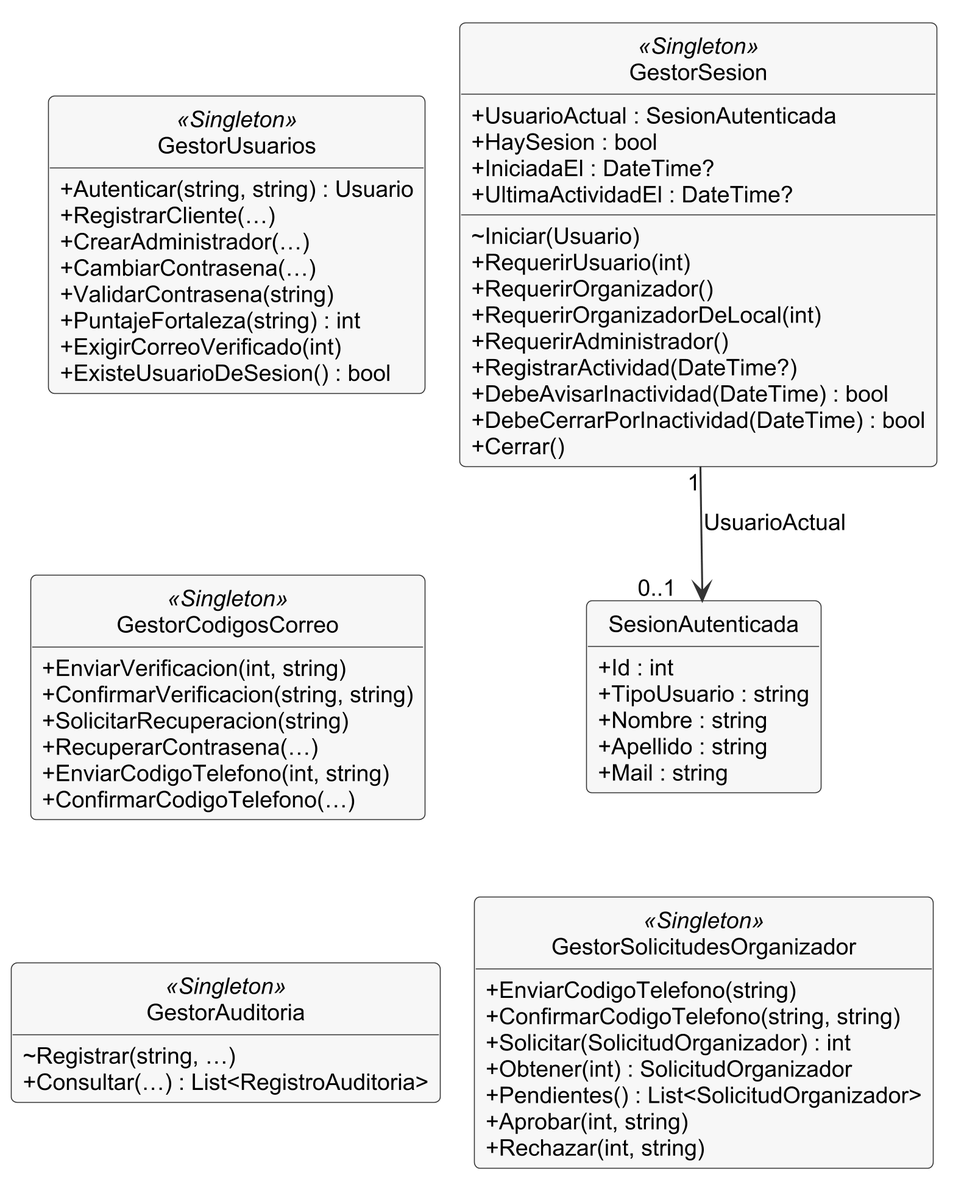
This is docs/diagramas/clases-5b-negocio-cuenta-seguridad.png from MaximoAmbro/TrabajoDeDiploma, a PlantUML export, as it was before one commit.
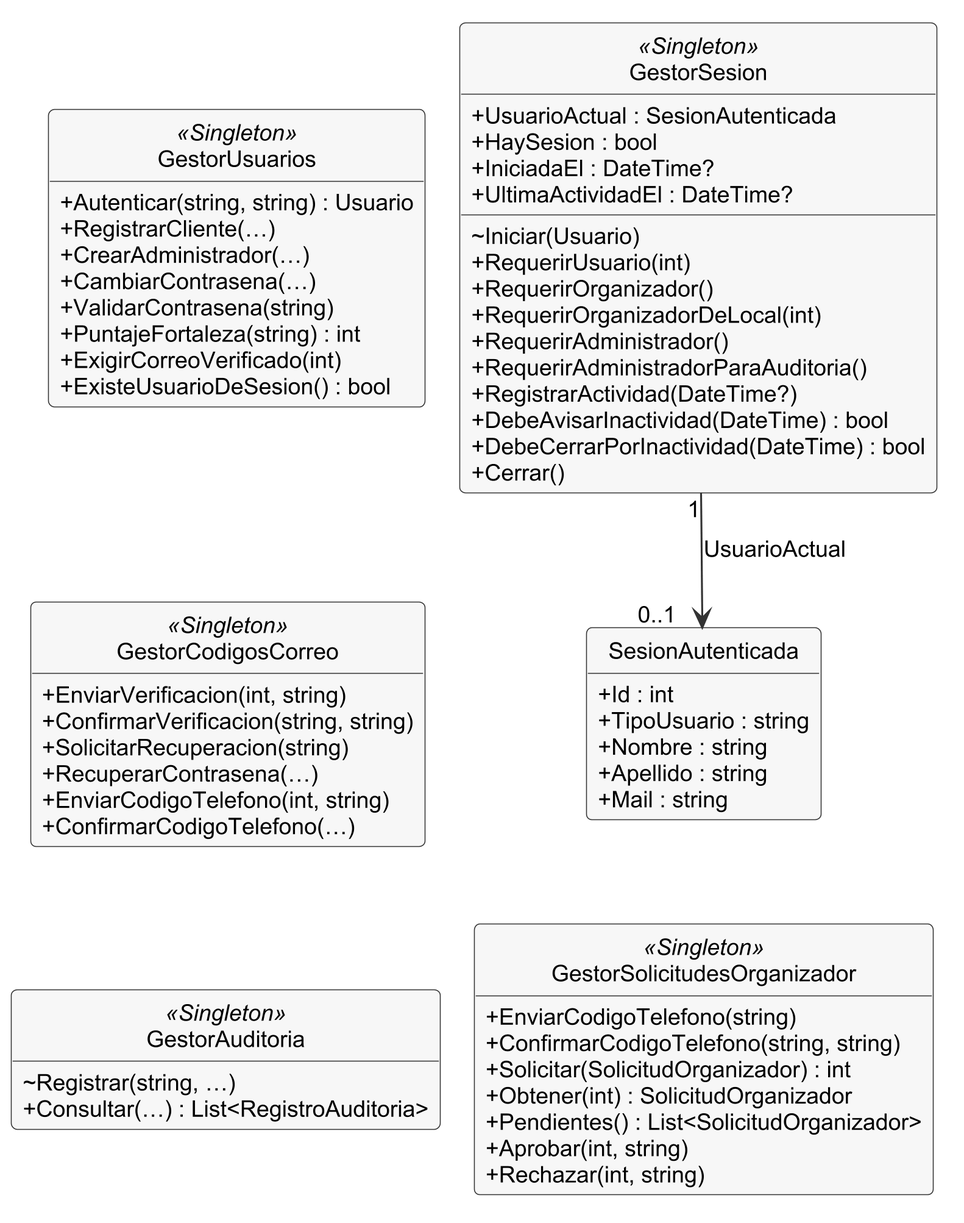
Later version of the same file.

Diff of the diagram source:
```diff
@@ -25,6 +25,7 @@
   + RequerirOrganizador()
   + RequerirOrganizadorDeLocal(int)
   + RequerirAdministrador()
+  + RequerirAdministradorParaAuditoria()
   + RegistrarActividad(DateTime?)
   + DebeAvisarInactividad(DateTime) : bool
   + DebeCerrarPorInactividad(DateTime) : bool
```
